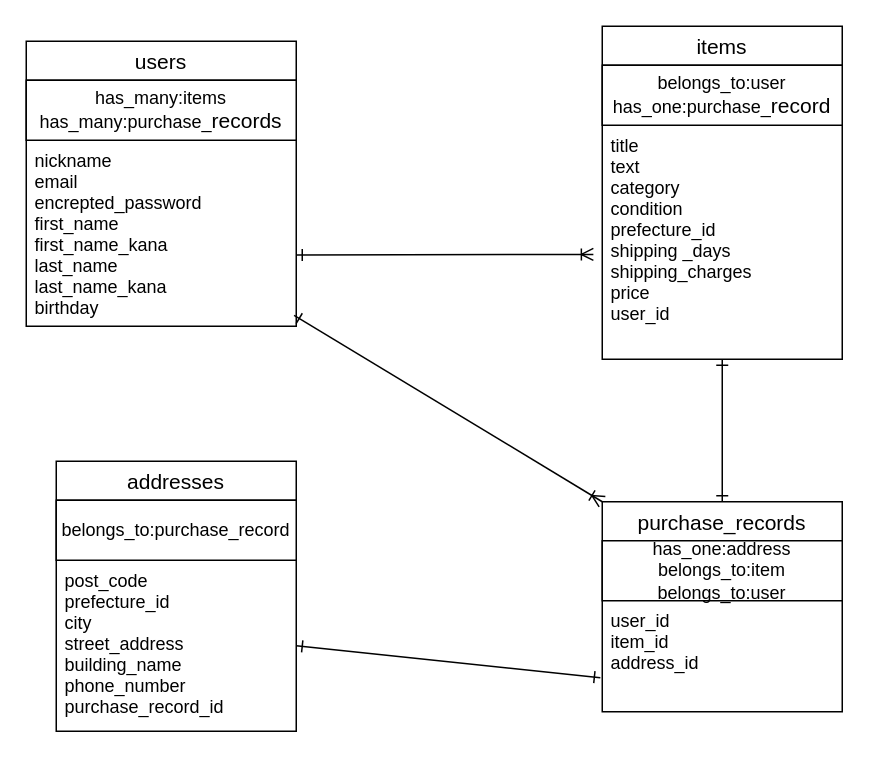
becko629/furima-39392 keeps this draw.io diagram as ER.dio. Above is the earlier version. Source tidied: cells renumbered, new cells numbered last; positions are measured from the earlier drawing's top-left corner, leaving out a move shared by most shapes. Both pictures are drawn from the tidied source at 150%, with x=0, y=0 at pixel (26, 26).
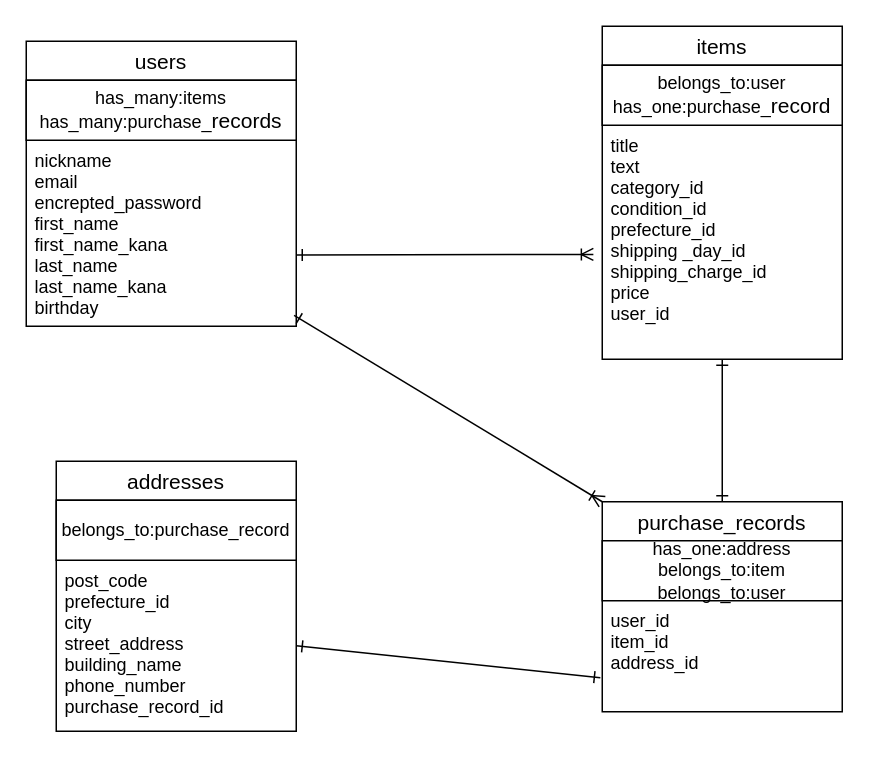
The same page after the edit.

Commit message (it also covers changes not shown here):
ER図、READMEの設計の修正2

Change to the diagram source:
```diff
@@
 <mxGraphModel>
   <root>
     <mxCell id="0" />
     <mxCell id="1" parent="0" />
     <mxCell id="2" style="html=1;exitX=1;exitY=0.75;exitDx=0;exitDy=0;entryX=-0.037;entryY=0.552;entryDx=0;entryDy=0;entryPerimeter=0;startArrow=ERone;startFill=0;endArrow=ERoneToMany;endFill=0;" parent="1" edge="1" source="3" target="12">
       <mxGeometry relative="1" as="geometry" />
     </mxCell>
     <mxCell id="3" value="users" style="swimlane;fontStyle=0;horizontal=1;startSize=26;align=center;fontSize=14;" parent="1" vertex="1">
       <mxGeometry y="10" width="180" height="190" as="geometry" />
     </mxCell>
     <mxCell id="4" value="has_many:items&lt;br&gt;has_many:purchase_&lt;span style=&quot;font-size: 14px;&quot;&gt;records&lt;/span&gt;" style="whiteSpace=wrap;html=1;align=center;" parent="3" vertex="1">
       <mxGeometry y="26" width="180" height="40" as="geometry" />
     </mxCell>
     <mxCell id="5" value="nickname&#10;email&#10;encrepted_password&#10;first_name&#10;first_name_kana&#10;last_name&#10;last_name_kana&#10;birthday" style="text;strokeColor=none;fillColor=none;spacingLeft=4;spacingRight=4;overflow=hidden;points=[[0,0.5],[1,0.5]];portConstraint=eastwest;fontSize=12;" parent="3" vertex="1">
       <mxGeometry y="66" width="180" height="124" as="geometry" />
     </mxCell>
     <mxCell id="6" value="addresses" style="swimlane;fontStyle=0;horizontal=1;startSize=26;align=center;fontSize=14;" parent="1" vertex="1">
       <mxGeometry x="20" y="290" width="160" height="180" as="geometry" />
     </mxCell>
     <mxCell id="7" value="belongs_to:purchase_record" style="whiteSpace=wrap;html=1;align=center;" parent="6" vertex="1">
       <mxGeometry y="26" width="160" height="40" as="geometry" />
     </mxCell>
     <mxCell id="8" value="post_code&#10;prefecture_id&#10;city&#10;street_address&#10;building_name&#10;phone_number&#10;purchase_record_id" style="text;strokeColor=none;fillColor=none;spacingLeft=4;spacingRight=4;overflow=hidden;points=[[0,0.5],[1,0.5]];portConstraint=eastwest;fontSize=12;" parent="6" vertex="1">
       <mxGeometry y="66" width="160" height="114" as="geometry" />
     </mxCell>
     <mxCell id="9" style="edgeStyle=none;html=1;exitX=0.5;exitY=1;exitDx=0;exitDy=0;entryX=0.5;entryY=0;entryDx=0;entryDy=0;startArrow=ERone;startFill=0;endArrow=ERone;endFill=0;" parent="1" edge="1" source="10" target="14">
       <mxGeometry relative="1" as="geometry" />
     </mxCell>
     <mxCell id="10" value="items" style="swimlane;fontStyle=0;horizontal=1;startSize=26;align=center;fontSize=14;" parent="1" vertex="1">
       <mxGeometry x="384" width="160" height="222" as="geometry" />
     </mxCell>
     <mxCell id="11" value="belongs_to:user&lt;br&gt;has_one:purchase_&lt;span style=&quot;font-size: 14px;&quot;&gt;record&lt;/span&gt;" style="whiteSpace=wrap;html=1;align=center;" parent="10" vertex="1">
       <mxGeometry y="26" width="160" height="40" as="geometry" />
     </mxCell>
-    <mxCell id="12" value="title&#10;text&#10;category&#10;condition&#10;prefecture_id&#10;shipping _days&#10;shipping_charges&#10;price&#10;user_id" style="text;strokeColor=none;fillColor=none;spacingLeft=4;spacingRight=4;overflow=hidden;points=[[0,0.5],[1,0.5]];portConstraint=eastwest;fontSize=12;" parent="10" vertex="1">
+    <mxCell id="12" value="title&#10;text&#10;category_id&#10;condition_id&#10;prefecture_id&#10;shipping _day_id&#10;shipping_charge_id&#10;price&#10;user_id" style="text;strokeColor=none;fillColor=none;spacingLeft=4;spacingRight=4;overflow=hidden;points=[[0,0.5],[1,0.5]];portConstraint=eastwest;fontSize=12;" parent="10" vertex="1">
       <mxGeometry y="66" width="160" height="156" as="geometry" />
     </mxCell>
     <mxCell id="13" style="edgeStyle=none;html=1;exitX=0;exitY=0;exitDx=0;exitDy=0;entryX=0.992;entryY=0.941;entryDx=0;entryDy=0;entryPerimeter=0;startArrow=ERoneToMany;startFill=0;endArrow=ERone;endFill=0;" parent="1" edge="1" source="14" target="5">
       <mxGeometry relative="1" as="geometry" />
     </mxCell>
     <mxCell id="14" value="purchase_records" style="swimlane;fontStyle=0;horizontal=1;startSize=26;align=center;fontSize=14;" parent="1" vertex="1">
       <mxGeometry x="384" y="317" width="160" height="140" as="geometry" />
     </mxCell>
     <mxCell id="15" value="has_one:address&lt;br&gt;belongs_to:item&lt;br&gt;belongs_to:user" style="whiteSpace=wrap;html=1;align=center;" parent="14" vertex="1">
       <mxGeometry y="26" width="160" height="40" as="geometry" />
     </mxCell>
     <mxCell id="16" value="user_id&#10;item_id&#10;address_id" style="text;strokeColor=none;fillColor=none;spacingLeft=4;spacingRight=4;overflow=hidden;points=[[0,0.5],[1,0.5]];portConstraint=eastwest;fontSize=12;" parent="14" vertex="1">
       <mxGeometry y="66" width="160" height="74" as="geometry" />
     </mxCell>
     <mxCell id="17" style="edgeStyle=none;html=1;exitX=1;exitY=0.5;exitDx=0;exitDy=0;entryX=-0.008;entryY=0.694;entryDx=0;entryDy=0;entryPerimeter=0;startArrow=ERone;startFill=0;endArrow=ERone;endFill=0;" parent="1" edge="1" source="8" target="16">
       <mxGeometry relative="1" as="geometry" />
     </mxCell>
   </root>
 </mxGraphModel>
```
